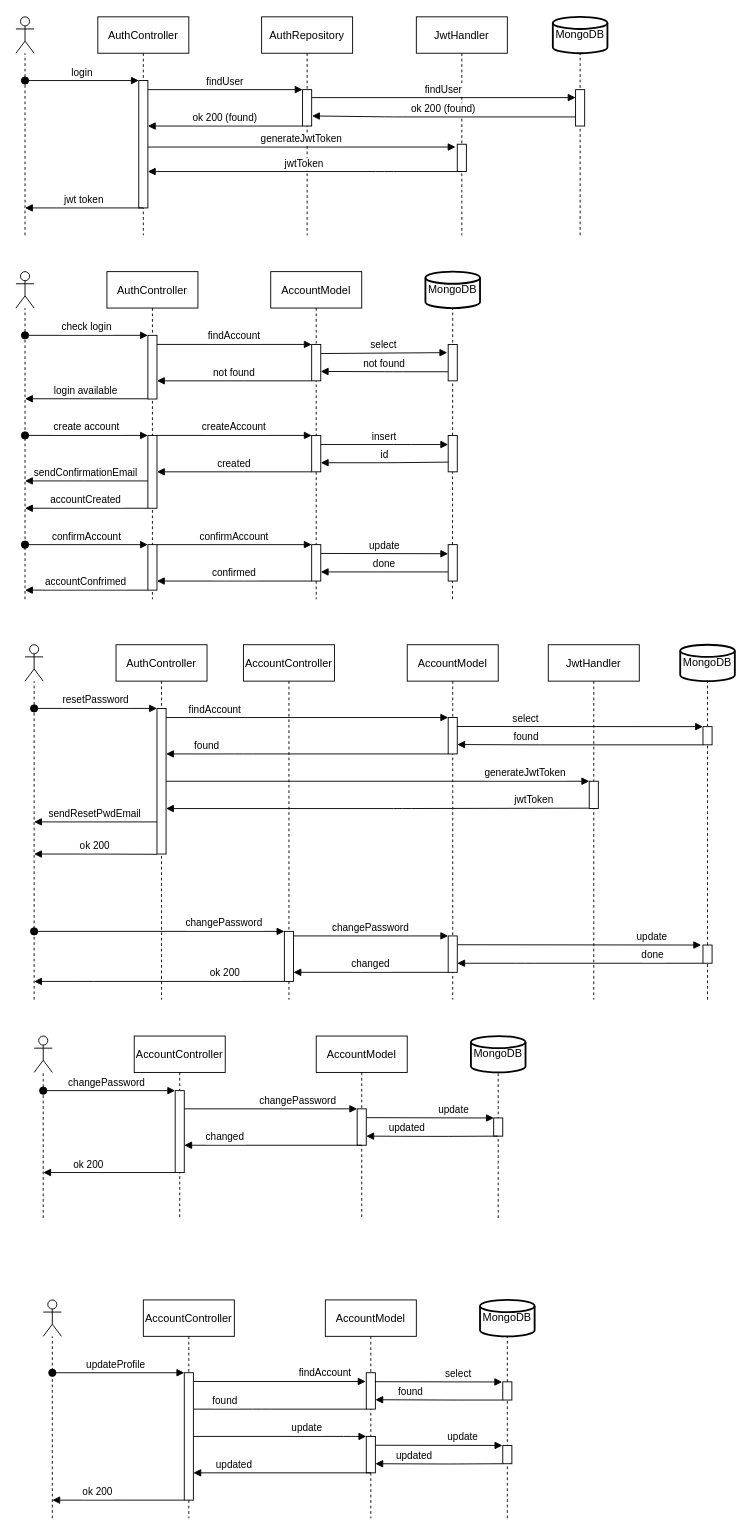
shardoc/shardoc.github.io keeps this draw.io diagram as diagrams/auth.drawio. Above is the earlier version. Source tidied: cells renumbered, new cells numbered last; positions are measured from the earlier drawing's top-left corner, leaving out a move shared by most shapes. Both pictures are drawn from the tidied source at 91%, with x=0, y=0 at pixel (15, 16).
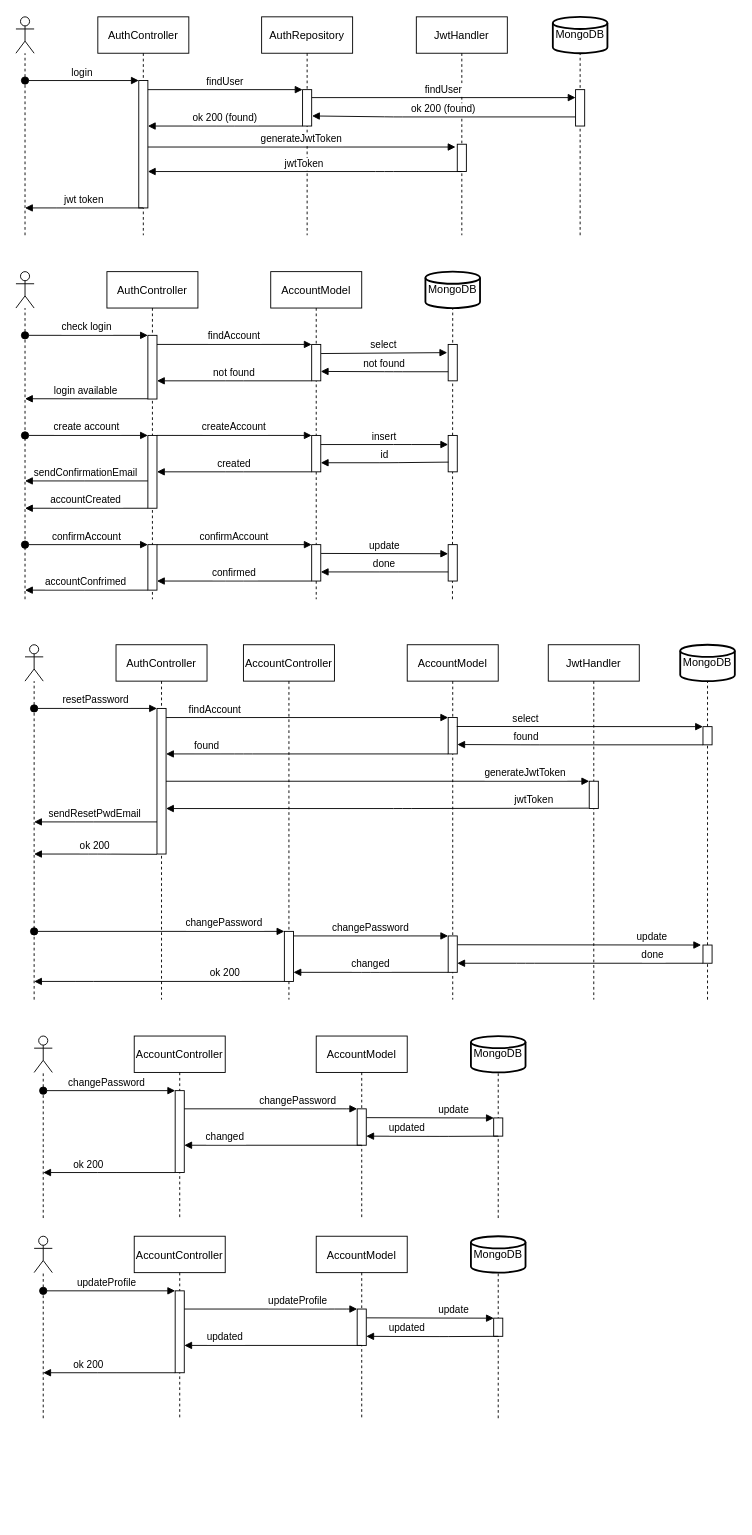
The same page after the edit.

Unchanged cells that the change refers to:
```xml
<mxCell id="101" style="points=[];perimeter=orthogonalPerimeter;rounded=0;shadow=0;strokeWidth=1;" parent="100" vertex="1">
  <mxGeometry x="45" y="80" width="10" height="40" as="geometry" />
</mxCell>
```

Change to the diagram source:
```diff
@@
     <mxCell id="100" value="AccountModel" style="shape=umlLifeline;perimeter=lifelinePerimeter;rounded=0;shadow=0;strokeWidth=1;" parent="1" vertex="1">
-      <mxGeometry x="340" y="1410" width="100" height="240" as="geometry" />
+      <mxGeometry x="330" y="1340" width="100" height="200" as="geometry" />
     </mxCell>
@@
-    <mxCell id="102" style="points=[];perimeter=orthogonalPerimeter;rounded=0;shadow=0;strokeWidth=1;" parent="100" vertex="1">
-      <mxGeometry x="45" y="150" width="10" height="40" as="geometry" />
-    </mxCell>
-    <mxCell id="103" value="findAccount" style="verticalAlign=bottom;endArrow=block;shadow=0;strokeWidth=1;entryX=-0.074;entryY=0.241;entryDx=0;entryDy=0;entryPerimeter=0;" parent="1" edge="1" source="117" target="101">
-      <mxGeometry x="0.53" relative="1" as="geometry" />
-    </mxCell>
-    <mxCell id="104" value="found" style="verticalAlign=bottom;endArrow=block;shadow=0;strokeWidth=1;" parent="1" edge="1" source="101">
-      <mxGeometry x="0.55" relative="1" as="geometry">
-        <mxPoint x="185" y="1530" as="targetPoint" />
-        <Array as="points">
-          <mxPoint x="270" y="1530" />
-        </Array>
-      </mxGeometry>
-    </mxCell>
-    <mxCell id="105" style="shape=umlActor;verticalLabelPosition=bottom;verticalAlign=top;html=1;outlineConnect=0;" parent="1" vertex="1">
-      <mxGeometry x="30" y="1410" width="20" height="40" as="geometry" />
-    </mxCell>
-    <mxCell id="106" style="endArrow=none;dashed=1;html=1;" parent="1" edge="1" target="105">
-      <mxGeometry relative="1" as="geometry">
-        <mxPoint x="40" y="1650" as="sourcePoint" />
-      </mxGeometry>
-    </mxCell>
+    <mxCell id="121" style="shape=umlActor;verticalLabelPosition=bottom;verticalAlign=top;html=1;outlineConnect=0;" parent="1" vertex="1">
+      <mxGeometry x="20" y="1340" width="20" height="40" as="geometry" />
+    </mxCell>
+    <mxCell id="122" style="endArrow=none;dashed=1;html=1;" parent="1" edge="1" target="121">
+      <mxGeometry relative="1" as="geometry">
+        <mxPoint x="30" y="1540" as="sourcePoint" />
+      </mxGeometry>
+    </mxCell>
     <mxCell id="107" value="updateProfile" style="verticalAlign=bottom;startArrow=oval;endArrow=block;startSize=8;shadow=0;strokeWidth=1;" parent="1" edge="1">
       <mxGeometry x="-0.03" relative="1" as="geometry">
-        <mxPoint x="40" y="1490" as="sourcePoint" />
-        <mxPoint x="185" y="1490" as="targetPoint" />
+        <mxPoint x="30" y="1400" as="sourcePoint" />
+        <mxPoint x="175" y="1400" as="targetPoint" />
       </mxGeometry>
     </mxCell>
     <mxCell id="108" value="ok 200" style="verticalAlign=bottom;endArrow=block;shadow=0;strokeWidth=1;" parent="1" edge="1">
       <mxGeometry x="0.31" relative="1" as="geometry">
-        <mxPoint x="185" y="1630" as="sourcePoint" />
-        <mxPoint x="40" y="1630" as="targetPoint" />
+        <mxPoint x="175" y="1490" as="sourcePoint" />
+        <mxPoint x="30" y="1490" as="targetPoint" />
         <Array as="points">
-          <mxPoint x="110" y="1630" />
+          <mxPoint x="100" y="1490" />
         </Array>
       </mxGeometry>
     </mxCell>
     <mxCell id="109" value="MongoDB" style="strokeWidth=2;html=1;shape=mxgraph.flowchart.database;whiteSpace=wrap;" parent="1" vertex="1">
-      <mxGeometry x="510" y="1410" width="60" height="40" as="geometry" />
+      <mxGeometry x="500" y="1340" width="60" height="40" as="geometry" />
     </mxCell>
-    <mxCell id="110" style="endArrow=none;dashed=1;html=1;entryX=0.5;entryY=1;entryDx=0;entryDy=0;entryPerimeter=0;" parent="1" edge="1" target="109">
-      <mxGeometry relative="1" as="geometry">
-        <mxPoint x="540" y="1650" as="sourcePoint" />
-      </mxGeometry>
-    </mxCell>
-    <mxCell id="111" style="points=[];perimeter=orthogonalPerimeter;rounded=0;shadow=0;strokeWidth=1;" parent="1" vertex="1">
-      <mxGeometry x="535" y="1500" width="10" height="20" as="geometry" />
-    </mxCell>
-    <mxCell id="112" value="select" style="verticalAlign=bottom;endArrow=block;shadow=0;strokeWidth=1;exitX=0.943;exitY=0.246;exitDx=0;exitDy=0;exitPerimeter=0;entryX=-0.065;entryY=0.008;entryDx=0;entryDy=0;entryPerimeter=0;" parent="1" edge="1" source="101" target="111">
-      <mxGeometry x="0.31" relative="1" as="geometry" />
-    </mxCell>
-    <mxCell id="113" value="found" style="verticalAlign=bottom;endArrow=block;shadow=0;strokeWidth=1;entryX=1;entryY=0.742;entryDx=0;entryDy=0;entryPerimeter=0;" parent="1" edge="1" target="101">
-      <mxGeometry x="0.44" relative="1" as="geometry">
-        <mxPoint x="535" y="1520" as="sourcePoint" />
-        <Array as="points">
-          <mxPoint x="475" y="1520" />
-        </Array>
-      </mxGeometry>
-    </mxCell>
-    <mxCell id="114" style="points=[];perimeter=orthogonalPerimeter;rounded=0;shadow=0;strokeWidth=1;" parent="1" vertex="1">
-      <mxGeometry x="535" y="1570" width="10" height="20" as="geometry" />
-    </mxCell>
-    <mxCell id="115" value="update" style="verticalAlign=bottom;endArrow=block;shadow=0;strokeWidth=1;exitX=1.033;exitY=0.242;exitDx=0;exitDy=0;exitPerimeter=0;entryX=-0.045;entryY=-0.005;entryDx=0;entryDy=0;entryPerimeter=0;" parent="1" edge="1" source="102" target="114">
-      <mxGeometry x="0.38" relative="1" as="geometry" />
-    </mxCell>
+    <mxCell id="123" style="endArrow=none;dashed=1;html=1;entryX=0.5;entryY=1;entryDx=0;entryDy=0;entryPerimeter=0;" parent="1" edge="1" target="109">
+      <mxGeometry relative="1" as="geometry">
+        <mxPoint x="530" y="1540" as="sourcePoint" />
+      </mxGeometry>
+    </mxCell>
+    <mxCell id="124" style="points=[];perimeter=orthogonalPerimeter;rounded=0;shadow=0;strokeWidth=1;" parent="1" vertex="1">
+      <mxGeometry x="525" y="1430" width="10" height="20" as="geometry" />
+    </mxCell>
+    <mxCell id="125" value="update" style="verticalAlign=bottom;endArrow=block;shadow=0;strokeWidth=1;exitX=1.033;exitY=0.242;exitDx=0;exitDy=0;exitPerimeter=0;entryX=0.017;entryY=0.003;entryDx=0;entryDy=0;entryPerimeter=0;" parent="1" edge="1" source="101" target="124">
+      <mxGeometry x="0.38" relative="1" as="geometry" />
+    </mxCell>
     <mxCell id="116" value="AccountController" style="shape=umlLifeline;perimeter=lifelinePerimeter;rounded=0;shadow=0;strokeWidth=1;" parent="1" vertex="1">
-      <mxGeometry x="140" y="1410" width="100" height="240" as="geometry" />
+      <mxGeometry x="130" y="1340" width="100" height="200" as="geometry" />
     </mxCell>
-    <mxCell id="117" style="points=[];perimeter=orthogonalPerimeter;rounded=0;shadow=0;strokeWidth=1;" parent="1" vertex="1">
-      <mxGeometry x="185" y="1490" width="10" height="140" as="geometry" />
-    </mxCell>
-    <mxCell id="118" value="update" style="verticalAlign=bottom;endArrow=block;shadow=0;strokeWidth=1;" parent="1" edge="1" source="117" target="102">
-      <mxGeometry x="0.32" relative="1" as="geometry">
-        <Array as="points">
-          <mxPoint x="370" y="1560" />
-        </Array>
-      </mxGeometry>
-    </mxCell>
+    <mxCell id="126" style="points=[];perimeter=orthogonalPerimeter;rounded=0;shadow=0;strokeWidth=1;" parent="1" vertex="1">
+      <mxGeometry x="175" y="1400" width="10" height="90" as="geometry" />
+    </mxCell>
+    <mxCell id="127" value="updateProfile" style="verticalAlign=bottom;endArrow=block;shadow=0;strokeWidth=1;" parent="1" edge="1" source="126" target="101">
+      <mxGeometry x="0.32" relative="1" as="geometry">
+        <Array as="points">
+          <mxPoint x="360" y="1420" />
+        </Array>
+      </mxGeometry>
+    </mxCell>
-    <mxCell id="119" value="updated" style="verticalAlign=bottom;endArrow=block;shadow=0;strokeWidth=1;" parent="1" edge="1" target="117">
+    <mxCell id="119" value="updated" style="verticalAlign=bottom;endArrow=block;shadow=0;strokeWidth=1;" parent="1" edge="1" target="126">
       <mxGeometry x="0.54" relative="1" as="geometry">
-        <mxPoint x="390" y="1600" as="sourcePoint" />
+        <mxPoint x="380" y="1460" as="sourcePoint" />
       </mxGeometry>
     </mxCell>
-    <mxCell id="120" value="updated" style="verticalAlign=bottom;endArrow=block;shadow=0;strokeWidth=1;entryX=1;entryY=0.742;entryDx=0;entryDy=0;entryPerimeter=0;" parent="1" edge="1" source="114">
+    <mxCell id="120" value="updated" style="verticalAlign=bottom;endArrow=block;shadow=0;strokeWidth=1;entryX=1;entryY=0.742;entryDx=0;entryDy=0;entryPerimeter=0;" parent="1" edge="1">
       <mxGeometry x="0.38" relative="1" as="geometry">
-        <mxPoint x="395" y="1590" as="targetPoint" />
+        <mxPoint x="530" y="1450" as="sourcePoint" />
+        <mxPoint x="385" y="1450" as="targetPoint" />
         <Array as="points">
-          <mxPoint x="475" y="1590.3" />
+          <mxPoint x="465" y="1450.3" />
         </Array>
       </mxGeometry>
     </mxCell>
```
